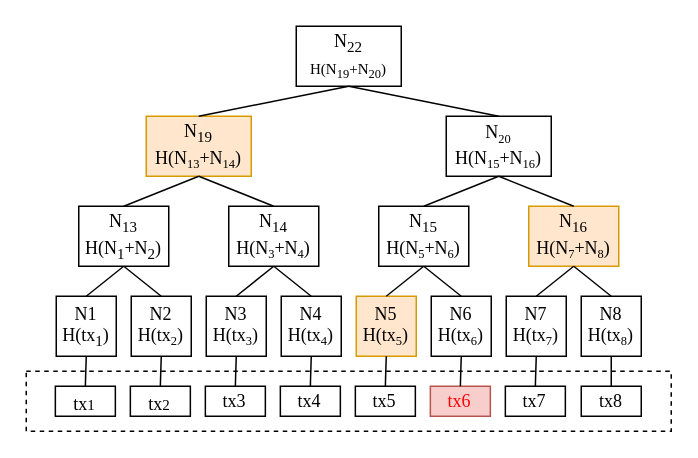
jue73/7339 keeps this draw.io diagram as page "第 28 页" (21 of 21) of 未命名绘图.drawio. Above is the earlier version. Source tidied: cells renumbered, new cells numbered last; positions are measured from the earlier drawing's top-left corner, leaving out a move shared by most shapes. Both pictures are drawn from the tidied source at 150%, with x=0, y=0 at pixel (26, 26).
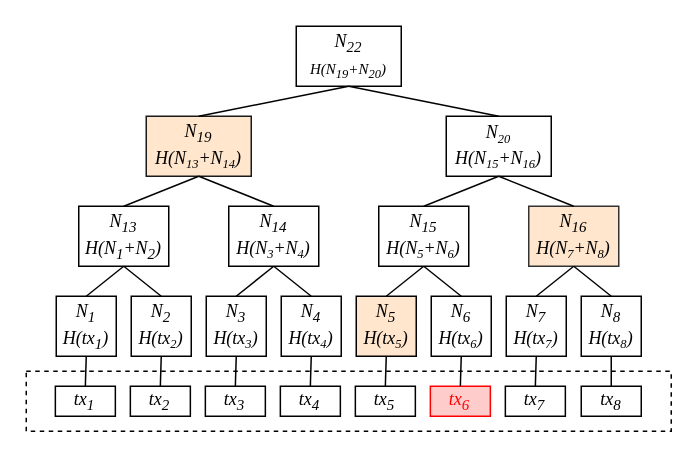
After the change.

Change to the diagram source:
```diff
@@
+    <mxCell id="47" style="rounded=0;whiteSpace=wrap;html=1;dashed=1;fillColor=none;" parent="1" vertex="1">
+      <mxGeometry y="230" width="430" height="40" as="geometry" />
+    </mxCell>
-    <mxCell id="2" value="&lt;font face=&quot;Times New Roman&quot;&gt;N1&lt;/font&gt;&lt;div&gt;&lt;font face=&quot;Times New Roman&quot;&gt;H(tx&lt;sub style=&quot;&quot;&gt;1&lt;/sub&gt;)&lt;/font&gt;&lt;/div&gt;" style="rounded=0;whiteSpace=wrap;html=1;" parent="1" vertex="1">
+    <mxCell id="2" value="&lt;font face=&quot;Times New Roman&quot;&gt;&lt;i&gt;N&lt;sub&gt;1&lt;/sub&gt;&lt;/i&gt;&lt;/font&gt;&lt;div&gt;&lt;font face=&quot;Times New Roman&quot;&gt;&lt;i&gt;H(tx&lt;sub style=&quot;&quot;&gt;1&lt;/sub&gt;)&lt;/i&gt;&lt;/font&gt;&lt;/div&gt;" style="rounded=0;whiteSpace=wrap;html=1;" parent="1" vertex="1">
       <mxGeometry x="20" y="180" width="40" height="40" as="geometry" />
     </mxCell>
-    <mxCell id="3" value="&lt;font face=&quot;Times New Roman&quot;&gt;N2&lt;/font&gt;&lt;div&gt;&lt;font face=&quot;Times New Roman&quot;&gt;H(tx&lt;span style=&quot;font-size: 10px;&quot;&gt;&lt;sub&gt;2&lt;/sub&gt;&lt;/span&gt;)&lt;/font&gt;&lt;/div&gt;" style="rounded=0;whiteSpace=wrap;html=1;" parent="1" vertex="1">
+    <mxCell id="3" value="&lt;font face=&quot;Times New Roman&quot;&gt;&lt;i&gt;N&lt;sub&gt;2&lt;/sub&gt;&lt;/i&gt;&lt;/font&gt;&lt;div&gt;&lt;font face=&quot;Times New Roman&quot;&gt;&lt;i&gt;H(tx&lt;span style=&quot;font-size: 10px;&quot;&gt;&lt;sub&gt;2&lt;/sub&gt;&lt;/span&gt;)&lt;/i&gt;&lt;/font&gt;&lt;/div&gt;" style="rounded=0;whiteSpace=wrap;html=1;" parent="1" vertex="1">
       <mxGeometry x="70" y="180" width="40" height="40" as="geometry" />
     </mxCell>
-    <mxCell id="4" value="&lt;font face=&quot;Times New Roman&quot;&gt;N3&lt;/font&gt;&lt;div&gt;&lt;font face=&quot;Times New Roman&quot;&gt;H(tx&lt;span style=&quot;font-size: 10px;&quot;&gt;&lt;sub&gt;3&lt;/sub&gt;&lt;/span&gt;)&lt;/font&gt;&lt;/div&gt;" style="rounded=0;whiteSpace=wrap;html=1;" parent="1" vertex="1">
+    <mxCell id="4" value="&lt;font face=&quot;Times New Roman&quot;&gt;&lt;i&gt;N&lt;sub&gt;3&lt;/sub&gt;&lt;/i&gt;&lt;/font&gt;&lt;div&gt;&lt;font face=&quot;Times New Roman&quot;&gt;&lt;i&gt;H(tx&lt;span style=&quot;font-size: 10px;&quot;&gt;&lt;sub&gt;3&lt;/sub&gt;&lt;/span&gt;)&lt;/i&gt;&lt;/font&gt;&lt;/div&gt;" style="rounded=0;whiteSpace=wrap;html=1;" parent="1" vertex="1">
       <mxGeometry x="120" y="180" width="40" height="40" as="geometry" />
     </mxCell>
-    <mxCell id="5" value="&lt;font face=&quot;Times New Roman&quot;&gt;N4&lt;/font&gt;&lt;div&gt;&lt;font face=&quot;Times New Roman&quot;&gt;H(tx&lt;span style=&quot;font-size: 10px;&quot;&gt;&lt;sub&gt;4&lt;/sub&gt;&lt;/span&gt;)&lt;/font&gt;&lt;/div&gt;" style="rounded=0;whiteSpace=wrap;html=1;" parent="1" vertex="1">
+    <mxCell id="5" value="&lt;font face=&quot;Times New Roman&quot;&gt;&lt;i&gt;N&lt;sub&gt;4&lt;/sub&gt;&lt;/i&gt;&lt;/font&gt;&lt;div&gt;&lt;font face=&quot;Times New Roman&quot;&gt;&lt;i&gt;H(tx&lt;span style=&quot;font-size: 10px;&quot;&gt;&lt;sub&gt;4&lt;/sub&gt;&lt;/span&gt;)&lt;/i&gt;&lt;/font&gt;&lt;/div&gt;" style="rounded=0;whiteSpace=wrap;html=1;" parent="1" vertex="1">
       <mxGeometry x="170" y="180" width="40" height="40" as="geometry" />
     </mxCell>
-    <mxCell id="6" value="&lt;font face=&quot;Times New Roman&quot;&gt;N5&lt;/font&gt;&lt;div&gt;&lt;font face=&quot;Times New Roman&quot;&gt;H(tx&lt;span style=&quot;font-size: 10px;&quot;&gt;&lt;sub&gt;5&lt;/sub&gt;&lt;/span&gt;)&lt;/font&gt;&lt;/div&gt;" style="rounded=0;whiteSpace=wrap;html=1;fillColor=#ffe6cc;strokeColor=#d79b00;" parent="1" vertex="1">
+    <mxCell id="6" value="&lt;font face=&quot;Times New Roman&quot;&gt;&lt;i&gt;N&lt;sub&gt;5&lt;/sub&gt;&lt;/i&gt;&lt;/font&gt;&lt;div&gt;&lt;font face=&quot;Times New Roman&quot;&gt;&lt;i&gt;H(tx&lt;span style=&quot;font-size: 10px;&quot;&gt;&lt;sub&gt;5&lt;/sub&gt;&lt;/span&gt;)&lt;/i&gt;&lt;/font&gt;&lt;/div&gt;" style="rounded=0;whiteSpace=wrap;html=1;fillColor=#ffe6cc;strokeColor=#000000;" parent="1" vertex="1">
       <mxGeometry x="220" y="180" width="40" height="40" as="geometry" />
     </mxCell>
-    <mxCell id="7" value="&lt;font face=&quot;Times New Roman&quot;&gt;N6&lt;/font&gt;&lt;div&gt;&lt;font face=&quot;Times New Roman&quot;&gt;H(tx&lt;span style=&quot;font-size: 10px;&quot;&gt;&lt;sub&gt;6&lt;/sub&gt;&lt;/span&gt;)&lt;/font&gt;&lt;/div&gt;" style="rounded=0;whiteSpace=wrap;html=1;" parent="1" vertex="1">
+    <mxCell id="7" value="&lt;font face=&quot;Times New Roman&quot;&gt;&lt;i&gt;N&lt;sub&gt;6&lt;/sub&gt;&lt;/i&gt;&lt;/font&gt;&lt;div&gt;&lt;font face=&quot;Times New Roman&quot;&gt;&lt;i&gt;H(tx&lt;span style=&quot;font-size: 10px;&quot;&gt;&lt;sub&gt;6&lt;/sub&gt;&lt;/span&gt;)&lt;/i&gt;&lt;/font&gt;&lt;/div&gt;" style="rounded=0;whiteSpace=wrap;html=1;" parent="1" vertex="1">
       <mxGeometry x="270" y="180" width="40" height="40" as="geometry" />
     </mxCell>
-    <mxCell id="8" value="&lt;font face=&quot;Times New Roman&quot;&gt;N7&lt;/font&gt;&lt;div&gt;&lt;font face=&quot;Times New Roman&quot;&gt;H(tx&lt;span style=&quot;font-size: 10px;&quot;&gt;&lt;sub&gt;7&lt;/sub&gt;&lt;/span&gt;)&lt;/font&gt;&lt;/div&gt;" style="rounded=0;whiteSpace=wrap;html=1;" parent="1" vertex="1">
+    <mxCell id="8" value="&lt;font face=&quot;Times New Roman&quot;&gt;&lt;i&gt;N&lt;sub&gt;7&lt;/sub&gt;&lt;/i&gt;&lt;/font&gt;&lt;div&gt;&lt;font face=&quot;Times New Roman&quot;&gt;&lt;i&gt;H(tx&lt;span style=&quot;font-size: 10px;&quot;&gt;&lt;sub&gt;7&lt;/sub&gt;&lt;/span&gt;)&lt;/i&gt;&lt;/font&gt;&lt;/div&gt;" style="rounded=0;whiteSpace=wrap;html=1;" parent="1" vertex="1">
       <mxGeometry x="320" y="180" width="40" height="40" as="geometry" />
     </mxCell>
-    <mxCell id="9" value="&lt;font face=&quot;Times New Roman&quot;&gt;N8&lt;/font&gt;&lt;div&gt;&lt;font face=&quot;Times New Roman&quot;&gt;H(tx&lt;span style=&quot;font-size: 10px;&quot;&gt;&lt;sub&gt;8&lt;/sub&gt;&lt;/span&gt;)&lt;/font&gt;&lt;/div&gt;" style="rounded=0;whiteSpace=wrap;html=1;" parent="1" vertex="1">
+    <mxCell id="9" value="&lt;font face=&quot;Times New Roman&quot;&gt;&lt;i&gt;N&lt;sub&gt;8&lt;/sub&gt;&lt;/i&gt;&lt;/font&gt;&lt;div&gt;&lt;font face=&quot;Times New Roman&quot;&gt;&lt;i&gt;H(tx&lt;span style=&quot;font-size: 10px;&quot;&gt;&lt;sub&gt;8&lt;/sub&gt;&lt;/span&gt;)&lt;/i&gt;&lt;/font&gt;&lt;/div&gt;" style="rounded=0;whiteSpace=wrap;html=1;" parent="1" vertex="1">
       <mxGeometry x="370" y="180" width="40" height="40" as="geometry" />
     </mxCell>
-    <mxCell id="10" value="&lt;div&gt;&lt;font face=&quot;Times New Roman&quot;&gt;&lt;sub style=&quot;&quot;&gt;&lt;span style=&quot;font-size: 12px;&quot;&gt;tx&lt;/span&gt;1&lt;/sub&gt;&lt;/font&gt;&lt;/div&gt;" style="rounded=0;whiteSpace=wrap;html=1;" parent="1" vertex="1">
+    <mxCell id="10" value="&lt;i style=&quot;text-wrap: nowrap;&quot;&gt;&lt;font face=&quot;Times New Roman&quot;&gt;tx&lt;sub&gt;1&lt;/sub&gt;&lt;/font&gt;&lt;/i&gt;" style="rounded=0;whiteSpace=wrap;html=1;" parent="1" vertex="1">
       <mxGeometry x="19.4" y="240" width="40" height="20" as="geometry" />
     </mxCell>
-    <mxCell id="11" value="&lt;font face=&quot;Times New Roman&quot;&gt;&lt;span style=&quot;background-color: initial;&quot;&gt;&lt;sub style=&quot;&quot;&gt;&lt;span style=&quot;font-size: 12px;&quot;&gt;tx&lt;/span&gt;2&lt;/sub&gt;&lt;/span&gt;&lt;/font&gt;" style="rounded=0;whiteSpace=wrap;html=1;" parent="1" vertex="1">
+    <mxCell id="11" value="&lt;font face=&quot;Times New Roman&quot;&gt;&lt;span style=&quot;background-color: initial;&quot;&gt;&lt;i style=&quot;&quot;&gt;&lt;span style=&quot;font-size: 12px;&quot;&gt;tx&lt;/span&gt;&lt;sub&gt;2&lt;/sub&gt;&lt;/i&gt;&lt;/span&gt;&lt;/font&gt;" style="rounded=0;whiteSpace=wrap;html=1;" parent="1" vertex="1">
       <mxGeometry x="69.4" y="240" width="40" height="20" as="geometry" />
     </mxCell>
-    <mxCell id="12" value="&lt;font face=&quot;Times New Roman&quot;&gt;tx3&lt;/font&gt;" style="rounded=0;whiteSpace=wrap;html=1;" parent="1" vertex="1">
+    <mxCell id="12" value="&lt;font face=&quot;Times New Roman&quot;&gt;&lt;i&gt;tx&lt;sub&gt;3&lt;/sub&gt;&lt;/i&gt;&lt;/font&gt;" style="rounded=0;whiteSpace=wrap;html=1;" parent="1" vertex="1">
       <mxGeometry x="119.4" y="240" width="40" height="20" as="geometry" />
     </mxCell>
-    <mxCell id="13" value="&lt;font face=&quot;Times New Roman&quot;&gt;tx4&lt;/font&gt;" style="rounded=0;whiteSpace=wrap;html=1;" parent="1" vertex="1">
+    <mxCell id="13" value="&lt;font face=&quot;Times New Roman&quot;&gt;&lt;i&gt;tx&lt;sub&gt;4&lt;/sub&gt;&lt;/i&gt;&lt;/font&gt;" style="rounded=0;whiteSpace=wrap;html=1;" parent="1" vertex="1">
       <mxGeometry x="169.4" y="240" width="40" height="20" as="geometry" />
     </mxCell>
-    <mxCell id="14" value="&lt;font face=&quot;Times New Roman&quot;&gt;tx5&lt;/font&gt;" style="rounded=0;whiteSpace=wrap;html=1;" parent="1" vertex="1">
+    <mxCell id="14" value="&lt;font face=&quot;Times New Roman&quot;&gt;&lt;i&gt;tx&lt;sub&gt;5&lt;/sub&gt;&lt;/i&gt;&lt;/font&gt;" style="rounded=0;whiteSpace=wrap;html=1;" parent="1" vertex="1">
       <mxGeometry x="219.4" y="240" width="40" height="20" as="geometry" />
     </mxCell>
-    <mxCell id="15" value="&lt;font color=&quot;#ff0000&quot; face=&quot;Times New Roman&quot;&gt;tx6&lt;/font&gt;" style="rounded=0;whiteSpace=wrap;html=1;strokeColor=#b85450;fillColor=#f8cecc;" parent="1" vertex="1">
+    <mxCell id="15" value="&lt;font color=&quot;#ff0000&quot; face=&quot;Times New Roman&quot;&gt;&lt;i&gt;tx&lt;sub&gt;6&lt;/sub&gt;&lt;/i&gt;&lt;/font&gt;" style="rounded=0;whiteSpace=wrap;html=1;strokeColor=#FF0000;fillColor=#FFCCCC;" parent="1" vertex="1">
       <mxGeometry x="269.4" y="240" width="40" height="20" as="geometry" />
     </mxCell>
-    <mxCell id="16" value="&lt;font face=&quot;Times New Roman&quot;&gt;tx7&lt;/font&gt;" style="rounded=0;whiteSpace=wrap;html=1;" parent="1" vertex="1">
+    <mxCell id="16" value="&lt;font face=&quot;Times New Roman&quot;&gt;&lt;i&gt;tx&lt;sub&gt;7&lt;/sub&gt;&lt;/i&gt;&lt;/font&gt;" style="rounded=0;whiteSpace=wrap;html=1;" parent="1" vertex="1">
       <mxGeometry x="319.4" y="240" width="40" height="20" as="geometry" />
     </mxCell>
-    <mxCell id="17" value="&lt;font face=&quot;Times New Roman&quot;&gt;N&lt;sub&gt;22&lt;/sub&gt;&lt;/font&gt;&lt;div&gt;&lt;font size=&quot;1&quot; face=&quot;Times New Roman&quot;&gt;H(N&lt;sub&gt;19&lt;/sub&gt;+N&lt;sub&gt;20&lt;/sub&gt;)&lt;/font&gt;&lt;/div&gt;" style="rounded=0;whiteSpace=wrap;html=1;" parent="1" vertex="1">
+    <mxCell id="17" value="&lt;font face=&quot;Times New Roman&quot;&gt;&lt;i&gt;N&lt;sub&gt;22&lt;/sub&gt;&lt;/i&gt;&lt;/font&gt;&lt;div&gt;&lt;font size=&quot;1&quot; face=&quot;Times New Roman&quot;&gt;&lt;i&gt;H(N&lt;sub&gt;19&lt;/sub&gt;+N&lt;sub&gt;20&lt;/sub&gt;)&lt;/i&gt;&lt;/font&gt;&lt;/div&gt;" style="rounded=0;whiteSpace=wrap;html=1;" parent="1" vertex="1">
       <mxGeometry x="180" width="70" height="40" as="geometry" />
     </mxCell>
-    <mxCell id="18" value="&lt;font face=&quot;Times New Roman&quot;&gt;tx8&lt;/font&gt;" style="rounded=0;whiteSpace=wrap;html=1;" parent="1" vertex="1">
+    <mxCell id="18" value="&lt;font face=&quot;Times New Roman&quot;&gt;&lt;i&gt;tx&lt;sub&gt;8&lt;/sub&gt;&lt;/i&gt;&lt;/font&gt;" style="rounded=0;whiteSpace=wrap;html=1;" parent="1" vertex="1">
       <mxGeometry x="370" y="240" width="40" height="20" as="geometry" />
     </mxCell>
-    <mxCell id="19" value="&lt;font face=&quot;Times New Roman&quot;&gt;N&lt;sub style=&quot;&quot;&gt;13&lt;/sub&gt;&lt;/font&gt;&lt;div&gt;&lt;font face=&quot;Times New Roman&quot;&gt;H(N&lt;sub style=&quot;&quot;&gt;1&lt;/sub&gt;+N&lt;sub style=&quot;&quot;&gt;2&lt;/sub&gt;)&lt;/font&gt;&lt;/div&gt;" style="rounded=0;whiteSpace=wrap;html=1;" parent="1" vertex="1">
+    <mxCell id="19" value="&lt;font face=&quot;Times New Roman&quot;&gt;&lt;i&gt;N&lt;sub style=&quot;&quot;&gt;13&lt;/sub&gt;&lt;/i&gt;&lt;/font&gt;&lt;div&gt;&lt;font face=&quot;Times New Roman&quot;&gt;&lt;i&gt;H(N&lt;sub style=&quot;&quot;&gt;1&lt;/sub&gt;+N&lt;sub style=&quot;&quot;&gt;2&lt;/sub&gt;)&lt;/i&gt;&lt;/font&gt;&lt;/div&gt;" style="rounded=0;whiteSpace=wrap;html=1;" parent="1" vertex="1">
       <mxGeometry x="35" y="120" width="60" height="40" as="geometry" />
     </mxCell>
-    <mxCell id="20" value="&lt;font face=&quot;Times New Roman&quot;&gt;N&lt;sub style=&quot;&quot;&gt;14&lt;/sub&gt;&lt;/font&gt;&lt;div&gt;&lt;font face=&quot;Times New Roman&quot;&gt;H(N&lt;span style=&quot;font-size: 10px;&quot;&gt;&lt;sub&gt;3&lt;/sub&gt;&lt;/span&gt;+N&lt;span style=&quot;font-size: 10px;&quot;&gt;&lt;sub&gt;4&lt;/sub&gt;&lt;/span&gt;)&lt;/font&gt;&lt;/div&gt;" style="rounded=0;whiteSpace=wrap;html=1;" parent="1" vertex="1">
+    <mxCell id="20" value="&lt;font face=&quot;Times New Roman&quot;&gt;&lt;i&gt;N&lt;sub style=&quot;&quot;&gt;14&lt;/sub&gt;&lt;/i&gt;&lt;/font&gt;&lt;div&gt;&lt;font face=&quot;Times New Roman&quot;&gt;&lt;i&gt;H(N&lt;span style=&quot;font-size: 10px;&quot;&gt;&lt;sub&gt;3&lt;/sub&gt;&lt;/span&gt;+N&lt;span style=&quot;font-size: 10px;&quot;&gt;&lt;sub&gt;4&lt;/sub&gt;&lt;/span&gt;)&lt;/i&gt;&lt;/font&gt;&lt;/div&gt;" style="rounded=0;whiteSpace=wrap;html=1;" parent="1" vertex="1">
       <mxGeometry x="135" y="120" width="60" height="40" as="geometry" />
     </mxCell>
-    <mxCell id="21" value="&lt;font face=&quot;Times New Roman&quot;&gt;N&lt;sub style=&quot;&quot;&gt;15&lt;/sub&gt;&lt;/font&gt;&lt;div&gt;&lt;font face=&quot;Times New Roman&quot;&gt;H(N&lt;span style=&quot;font-size: 10px;&quot;&gt;&lt;sub&gt;5&lt;/sub&gt;&lt;/span&gt;+N&lt;span style=&quot;font-size: 10px;&quot;&gt;&lt;sub&gt;6&lt;/sub&gt;&lt;/span&gt;)&lt;/font&gt;&lt;/div&gt;" style="rounded=0;whiteSpace=wrap;html=1;" parent="1" vertex="1">
+    <mxCell id="21" value="&lt;font face=&quot;Times New Roman&quot;&gt;&lt;i&gt;N&lt;sub style=&quot;&quot;&gt;15&lt;/sub&gt;&lt;/i&gt;&lt;/font&gt;&lt;div&gt;&lt;font face=&quot;Times New Roman&quot;&gt;&lt;i&gt;H(N&lt;span style=&quot;font-size: 10px;&quot;&gt;&lt;sub&gt;5&lt;/sub&gt;&lt;/span&gt;+N&lt;span style=&quot;font-size: 10px;&quot;&gt;&lt;sub&gt;6&lt;/sub&gt;&lt;/span&gt;)&lt;/i&gt;&lt;/font&gt;&lt;/div&gt;" style="rounded=0;whiteSpace=wrap;html=1;" parent="1" vertex="1">
       <mxGeometry x="235" y="120" width="60" height="40" as="geometry" />
     </mxCell>
-    <mxCell id="22" value="&lt;font face=&quot;Times New Roman&quot;&gt;N&lt;sub style=&quot;&quot;&gt;16&lt;/sub&gt;&lt;/font&gt;&lt;div&gt;&lt;font face=&quot;Times New Roman&quot;&gt;H(N&lt;span style=&quot;font-size: 10px;&quot;&gt;&lt;sub&gt;7&lt;/sub&gt;&lt;/span&gt;+N&lt;span style=&quot;font-size: 10px;&quot;&gt;&lt;sub&gt;8&lt;/sub&gt;&lt;/span&gt;)&lt;/font&gt;&lt;/div&gt;" style="rounded=0;whiteSpace=wrap;html=1;fillColor=#ffe6cc;strokeColor=#d79b00;" parent="1" vertex="1">
+    <mxCell id="22" value="&lt;font face=&quot;Times New Roman&quot;&gt;&lt;i&gt;N&lt;sub style=&quot;&quot;&gt;16&lt;/sub&gt;&lt;/i&gt;&lt;/font&gt;&lt;div&gt;&lt;font face=&quot;Times New Roman&quot;&gt;&lt;i&gt;H(N&lt;span style=&quot;font-size: 10px;&quot;&gt;&lt;sub&gt;7&lt;/sub&gt;&lt;/span&gt;+N&lt;span style=&quot;font-size: 10px;&quot;&gt;&lt;sub&gt;8&lt;/sub&gt;&lt;/span&gt;)&lt;/i&gt;&lt;/font&gt;&lt;/div&gt;" style="rounded=0;whiteSpace=wrap;html=1;fillColor=#ffe6cc;strokeColor=#333333;" parent="1" vertex="1">
       <mxGeometry x="335" y="120" width="60" height="40" as="geometry" />
     </mxCell>
-    <mxCell id="23" value="&lt;font face=&quot;Times New Roman&quot;&gt;N&lt;sub style=&quot;&quot;&gt;19&lt;/sub&gt;&lt;/font&gt;&lt;div&gt;&lt;font face=&quot;Times New Roman&quot;&gt;H(N&lt;span style=&quot;font-size: 10px;&quot;&gt;&lt;sub&gt;13&lt;/sub&gt;&lt;/span&gt;+N&lt;span style=&quot;font-size: 10px;&quot;&gt;&lt;sub&gt;14&lt;/sub&gt;&lt;/span&gt;)&lt;/font&gt;&lt;/div&gt;" style="rounded=0;whiteSpace=wrap;html=1;fillColor=#ffe6cc;strokeColor=#d79b00;" parent="1" vertex="1">
+    <mxCell id="23" value="&lt;font face=&quot;Times New Roman&quot;&gt;&lt;i&gt;N&lt;sub style=&quot;&quot;&gt;19&lt;/sub&gt;&lt;/i&gt;&lt;/font&gt;&lt;div&gt;&lt;font face=&quot;Times New Roman&quot;&gt;&lt;i&gt;H(N&lt;span style=&quot;font-size: 10px;&quot;&gt;&lt;sub&gt;13&lt;/sub&gt;&lt;/span&gt;+N&lt;span style=&quot;font-size: 10px;&quot;&gt;&lt;sub&gt;14&lt;/sub&gt;&lt;/span&gt;)&lt;/i&gt;&lt;/font&gt;&lt;/div&gt;" style="rounded=0;whiteSpace=wrap;html=1;fillColor=#ffe6cc;strokeColor=#1A1A1A;" parent="1" vertex="1">
       <mxGeometry x="80" y="60" width="70" height="40" as="geometry" />
     </mxCell>
-    <mxCell id="24" value="&lt;font face=&quot;Times New Roman&quot;&gt;N&lt;span style=&quot;font-size: 10px;&quot;&gt;&lt;sub&gt;20&lt;/sub&gt;&lt;/span&gt;&lt;/font&gt;&lt;div&gt;&lt;font face=&quot;Times New Roman&quot;&gt;H(N&lt;span style=&quot;font-size: 10px;&quot;&gt;&lt;sub&gt;15&lt;/sub&gt;&lt;/span&gt;+N&lt;span style=&quot;font-size: 10px;&quot;&gt;&lt;sub&gt;16&lt;/sub&gt;&lt;/span&gt;)&lt;/font&gt;&lt;/div&gt;" style="rounded=0;whiteSpace=wrap;html=1;" parent="1" vertex="1">
+    <mxCell id="24" value="&lt;font face=&quot;Times New Roman&quot;&gt;&lt;i&gt;N&lt;span style=&quot;font-size: 10px;&quot;&gt;&lt;sub&gt;20&lt;/sub&gt;&lt;/span&gt;&lt;/i&gt;&lt;/font&gt;&lt;div&gt;&lt;font face=&quot;Times New Roman&quot;&gt;&lt;i&gt;H(N&lt;span style=&quot;font-size: 10px;&quot;&gt;&lt;sub&gt;15&lt;/sub&gt;&lt;/span&gt;+N&lt;span style=&quot;font-size: 10px;&quot;&gt;&lt;sub&gt;16&lt;/sub&gt;&lt;/span&gt;)&lt;/i&gt;&lt;/font&gt;&lt;/div&gt;" style="rounded=0;whiteSpace=wrap;html=1;" parent="1" vertex="1">
       <mxGeometry x="280" y="60" width="70" height="40" as="geometry" />
     </mxCell>
@@
-    <mxCell id="47" style="rounded=0;whiteSpace=wrap;html=1;dashed=1;fillColor=none;" parent="1" vertex="1">
-      <mxGeometry y="230" width="430" height="40" as="geometry" />
-    </mxCell>
```
